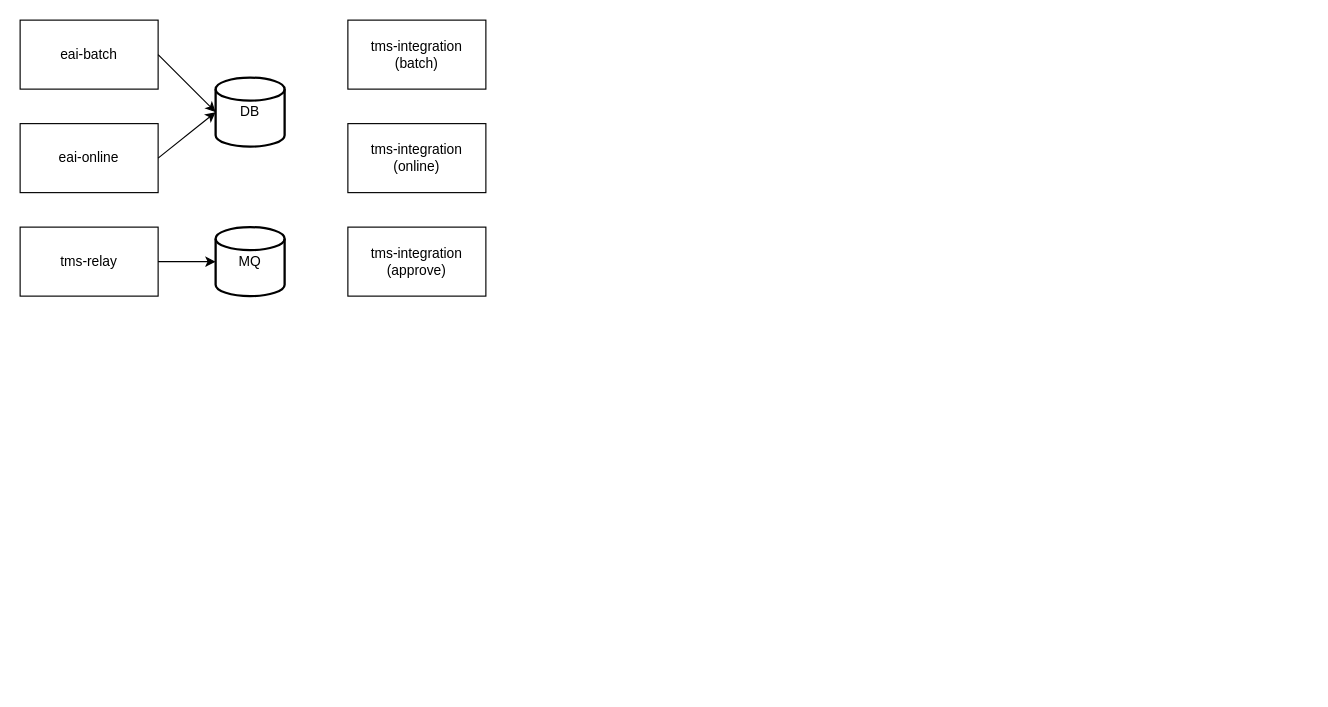
Earlier version of the draw.io diagram 제목 없는 다이어그램.drawio (SongYoungMin-304/algorithm). Source tidied: cells renumbered, new cells numbered last; positions are measured from the earlier drawing's top-left corner, leaving out a move shared by most shapes. Both pictures are drawn from the tidied source at 115%, with x=0, y=0 at pixel (20, 20).
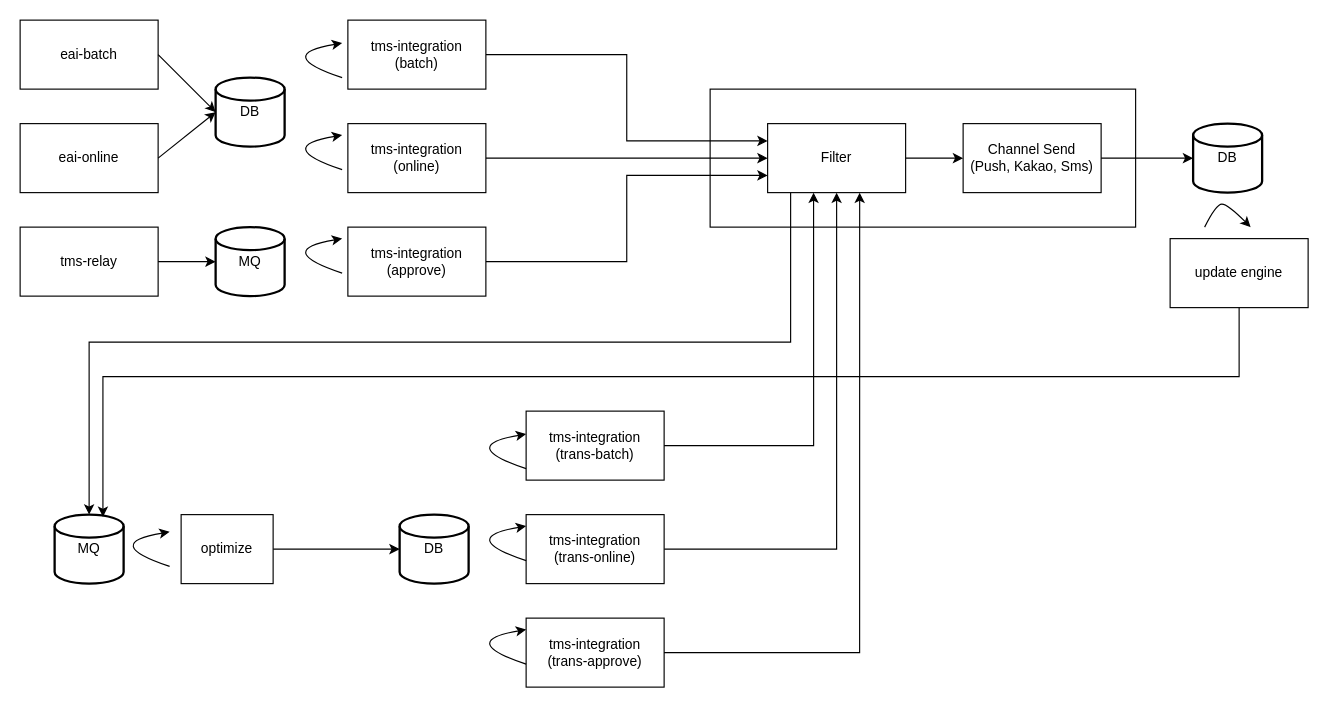
After the change.

Unchanged cells that the change refers to:
```xml
<mxCell id="6" value="tms-integration&lt;br&gt;(batch)" style="rounded=0;whiteSpace=wrap;html=1;" parent="1" vertex="1">
  <mxGeometry x="285" width="120" height="60" as="geometry" />
</mxCell>
<mxCell id="7" value="tms-integration&lt;br&gt;(online)" style="rounded=0;whiteSpace=wrap;html=1;" parent="1" vertex="1">
  <mxGeometry x="285" y="90" width="120" height="60" as="geometry" />
</mxCell>
<mxCell id="8" value="tms-integration&lt;br&gt;(approve)" style="rounded=0;whiteSpace=wrap;html=1;" parent="1" vertex="1">
  <mxGeometry x="285" y="180" width="120" height="60" as="geometry" />
</mxCell>
```

Diff of the diagram source:
```diff
@@
+    <mxCell id="13" style="rounded=0;whiteSpace=wrap;html=1;" parent="1" vertex="1">
+      <mxGeometry x="600" y="60" width="370" height="120" as="geometry" />
+    </mxCell>
@@
+    <mxCell id="14" style="edgeStyle=orthogonalEdgeStyle;rounded=0;jettySize=auto;html=1;entryX=0;entryY=0.25;entryDx=0;entryDy=0;" parent="1" edge="1" source="6" target="30">
+      <mxGeometry relative="1" as="geometry" />
+    </mxCell>
@@
+    <mxCell id="15" style="edgeStyle=orthogonalEdgeStyle;rounded=0;jettySize=auto;html=1;entryX=0;entryY=0.5;entryDx=0;entryDy=0;" parent="1" edge="1" source="7" target="30">
+      <mxGeometry relative="1" as="geometry" />
+    </mxCell>
@@
+    <mxCell id="16" style="edgeStyle=orthogonalEdgeStyle;rounded=0;jettySize=auto;html=1;entryX=0;entryY=0.75;entryDx=0;entryDy=0;" parent="1" edge="1" source="8" target="30">
+      <mxGeometry relative="1" as="geometry" />
+    </mxCell>
@@
+    <mxCell id="17" style="curved=1;endArrow=classic;html=1;rounded=0;" parent="1" edge="1">
+      <mxGeometry relative="1" as="geometry">
+        <mxPoint x="280" y="50" as="sourcePoint" />
+        <mxPoint x="280" y="20" as="targetPoint" />
+        <Array as="points">
+          <mxPoint x="220" y="30" />
+        </Array>
+      </mxGeometry>
+    </mxCell>
+    <mxCell id="18" style="curved=1;endArrow=classic;html=1;rounded=0;" parent="1" edge="1">
+      <mxGeometry relative="1" as="geometry">
+        <mxPoint x="280" y="130" as="sourcePoint" />
+        <mxPoint x="280" y="100" as="targetPoint" />
+        <Array as="points">
+          <mxPoint x="220" y="110" />
+        </Array>
+      </mxGeometry>
+    </mxCell>
+    <mxCell id="19" style="curved=1;endArrow=classic;html=1;rounded=0;" parent="1" edge="1">
+      <mxGeometry relative="1" as="geometry">
+        <mxPoint x="280" y="220" as="sourcePoint" />
+        <mxPoint x="280" y="190" as="targetPoint" />
+        <Array as="points">
+          <mxPoint x="220" y="200" />
+        </Array>
+      </mxGeometry>
+    </mxCell>
+    <mxCell id="20" value="tms-integration&lt;br&gt;(trans-batch)" style="rounded=0;whiteSpace=wrap;html=1;" parent="1" vertex="1">
+      <mxGeometry x="440" y="340" width="120" height="60" as="geometry" />
+    </mxCell>
+    <mxCell id="21" style="edgeStyle=orthogonalEdgeStyle;rounded=0;jettySize=auto;html=1;exitX=1;exitY=0.5;exitDx=0;exitDy=0;entryX=0.5;entryY=1;entryDx=0;entryDy=0;" parent="1" edge="1" source="22" target="30">
+      <mxGeometry relative="1" as="geometry" />
+    </mxCell>
+    <mxCell id="22" value="tms-integration&lt;br&gt;(trans-online)" style="rounded=0;whiteSpace=wrap;html=1;" parent="1" vertex="1">
+      <mxGeometry x="440" y="430" width="120" height="60" as="geometry" />
+    </mxCell>
+    <mxCell id="23" value="tms-integration&lt;br&gt;(trans-approve)" style="rounded=0;whiteSpace=wrap;html=1;" parent="1" vertex="1">
+      <mxGeometry x="440" y="520" width="120" height="60" as="geometry" />
+    </mxCell>
+    <mxCell id="24" value="MQ" style="strokeWidth=2;html=1;shape=mxgraph.flowchart.database;whiteSpace=wrap;" parent="1" vertex="1">
+      <mxGeometry x="30" y="430" width="60" height="60" as="geometry" />
+    </mxCell>
+    <mxCell id="25" style="curved=1;endArrow=classic;html=1;rounded=0;" parent="1" edge="1">
+      <mxGeometry relative="1" as="geometry">
+        <mxPoint x="440" y="390" as="sourcePoint" />
+        <mxPoint x="440" y="360" as="targetPoint" />
+        <Array as="points">
+          <mxPoint x="380" y="370" />
+        </Array>
+      </mxGeometry>
+    </mxCell>
+    <mxCell id="26" style="curved=1;endArrow=classic;html=1;rounded=0;" parent="1" edge="1">
+      <mxGeometry relative="1" as="geometry">
+        <mxPoint x="440" y="470" as="sourcePoint" />
+        <mxPoint x="440" y="440" as="targetPoint" />
+        <Array as="points">
+          <mxPoint x="380" y="450" />
+        </Array>
+      </mxGeometry>
+    </mxCell>
+    <mxCell id="27" style="curved=1;endArrow=classic;html=1;rounded=0;" parent="1" edge="1">
+      <mxGeometry relative="1" as="geometry">
+        <mxPoint x="440" y="560" as="sourcePoint" />
+        <mxPoint x="440" y="530" as="targetPoint" />
+        <Array as="points">
+          <mxPoint x="380" y="540" />
+        </Array>
+      </mxGeometry>
+    </mxCell>
+    <mxCell id="28" style="edgeStyle=orthogonalEdgeStyle;rounded=0;jettySize=auto;html=1;exitX=1;exitY=0.5;exitDx=0;exitDy=0;" parent="1" edge="1" source="30" target="31">
+      <mxGeometry relative="1" as="geometry" />
+    </mxCell>
+    <mxCell id="29" style="edgeStyle=orthogonalEdgeStyle;rounded=0;jettySize=auto;html=1;" parent="1" edge="1" source="30" target="24">
+      <mxGeometry relative="1" as="geometry">
+        <Array as="points">
+          <mxPoint x="670" y="280" />
+          <mxPoint x="60" y="280" />
+        </Array>
+      </mxGeometry>
+    </mxCell>
+    <mxCell id="30" value="Filter" style="rounded=0;whiteSpace=wrap;html=1;" parent="1" vertex="1">
+      <mxGeometry x="650" y="90" width="120" height="60" as="geometry" />
+    </mxCell>
+    <mxCell id="31" value="Channel Send&lt;br&gt;(Push, Kakao, Sms)" style="rounded=0;whiteSpace=wrap;html=1;" parent="1" vertex="1">
+      <mxGeometry x="820" y="90" width="120" height="60" as="geometry" />
+    </mxCell>
+    <mxCell id="32" value="DB" style="strokeWidth=2;html=1;shape=mxgraph.flowchart.database;whiteSpace=wrap;" parent="1" vertex="1">
+      <mxGeometry x="1020" y="90" width="60" height="60" as="geometry" />
+    </mxCell>
+    <mxCell id="33" style="edgeStyle=orthogonalEdgeStyle;rounded=0;jettySize=auto;html=1;exitX=1;exitY=0.5;exitDx=0;exitDy=0;entryX=0;entryY=0.5;entryDx=0;entryDy=0;entryPerimeter=0;" parent="1" edge="1" source="31" target="32">
+      <mxGeometry relative="1" as="geometry" />
+    </mxCell>
+    <mxCell id="34" value="update engine" style="rounded=0;whiteSpace=wrap;html=1;" parent="1" vertex="1">
+      <mxGeometry x="1000" y="190" width="120" height="60" as="geometry" />
+    </mxCell>
+    <mxCell id="35" style="curved=1;endArrow=classic;html=1;rounded=0;" parent="1" edge="1">
+      <mxGeometry relative="1" as="geometry">
+        <mxPoint x="1030" y="180" as="sourcePoint" />
+        <mxPoint x="1070" y="180" as="targetPoint" />
+        <Array as="points">
+          <mxPoint x="1040" y="160" />
+          <mxPoint x="1050" y="160" />
+        </Array>
+      </mxGeometry>
+    </mxCell>
+    <mxCell id="36" style="edgeStyle=orthogonalEdgeStyle;rounded=0;jettySize=auto;html=1;entryX=0.333;entryY=1;entryDx=0;entryDy=0;entryPerimeter=0;" parent="1" edge="1" source="20" target="30">
+      <mxGeometry relative="1" as="geometry" />
+    </mxCell>
+    <mxCell id="37" style="edgeStyle=orthogonalEdgeStyle;rounded=0;jettySize=auto;html=1;entryX=0.667;entryY=1;entryDx=0;entryDy=0;entryPerimeter=0;" parent="1" edge="1" source="23" target="30">
+      <mxGeometry relative="1" as="geometry" />
+    </mxCell>
+    <mxCell id="38" style="edgeStyle=orthogonalEdgeStyle;rounded=0;jettySize=auto;html=1;" parent="1" edge="1" source="39" target="41">
+      <mxGeometry relative="1" as="geometry" />
+    </mxCell>
+    <mxCell id="39" value="optimize" style="rounded=0;whiteSpace=wrap;html=1;" parent="1" vertex="1">
+      <mxGeometry x="140" y="430" width="80" height="60" as="geometry" />
+    </mxCell>
+    <mxCell id="40" style="curved=1;endArrow=classic;html=1;rounded=0;" parent="1" edge="1">
+      <mxGeometry relative="1" as="geometry">
+        <mxPoint x="130" y="475" as="sourcePoint" />
+        <mxPoint x="130" y="445" as="targetPoint" />
+        <Array as="points">
+          <mxPoint x="70" y="455" />
+        </Array>
+      </mxGeometry>
+    </mxCell>
+    <mxCell id="41" value="DB" style="strokeWidth=2;html=1;shape=mxgraph.flowchart.database;whiteSpace=wrap;" parent="1" vertex="1">
+      <mxGeometry x="330" y="430" width="60" height="60" as="geometry" />
+    </mxCell>
+    <mxCell id="42" style="edgeStyle=orthogonalEdgeStyle;rounded=0;jettySize=auto;html=1;entryX=0.7;entryY=0.033;entryDx=0;entryDy=0;entryPerimeter=0;" parent="1" edge="1" source="34" target="24">
+      <mxGeometry relative="1" as="geometry">
+        <Array as="points">
+          <mxPoint x="1060" y="310" />
+          <mxPoint x="72" y="310" />
+        </Array>
+      </mxGeometry>
+    </mxCell>
```
